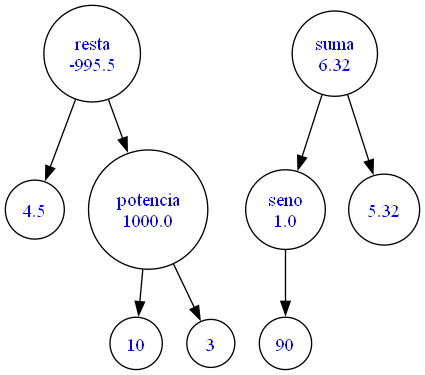
Earlier version of the Graphviz export GraficaArbol.png (Javier-201906795/LFP_S2_2023_Proyecto1_201906795). Its source is kept beside it as GraficaArbol.dot.
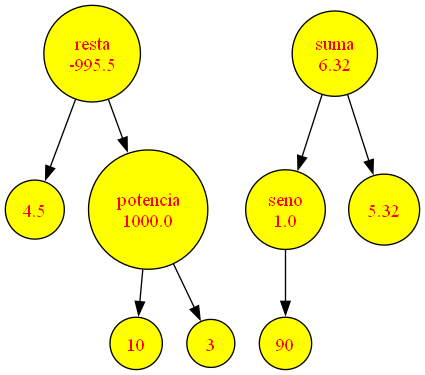
After the change.

What changed in the source:
```diff
@@ -1,5 +1,5 @@
 digraph Grafica {
-	node [fillcolor=white fontcolor=blue shape=circle style=filled]
+	node [fillcolor=yellow fontcolor=red shape=circle style=filled]
 	x1 [label=4.5]
 	x2 [label=10]
 	x3 [label=3]
```
